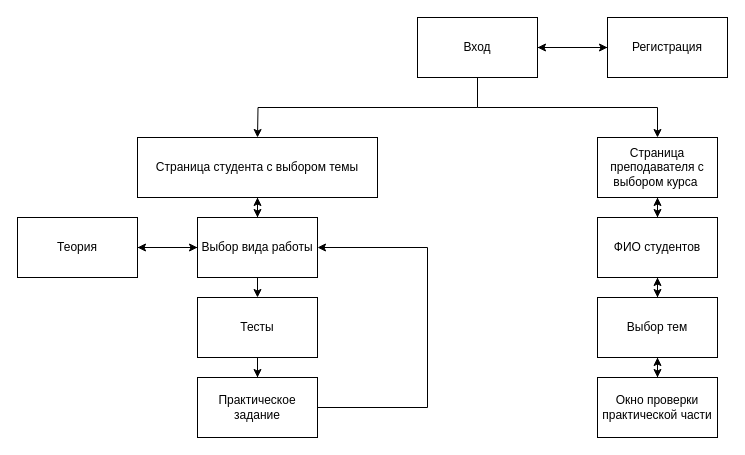
Before: Диаграмма без названия.drawio in hellp31/Diplom, a draw.io diagram. Source tidied: cells renumbered, new cells numbered last; positions are measured from the earlier drawing's top-left corner, leaving out a move shared by most shapes. Both pictures are drawn from the tidied source at 100%, with x=0, y=0 at pixel (17, 17).
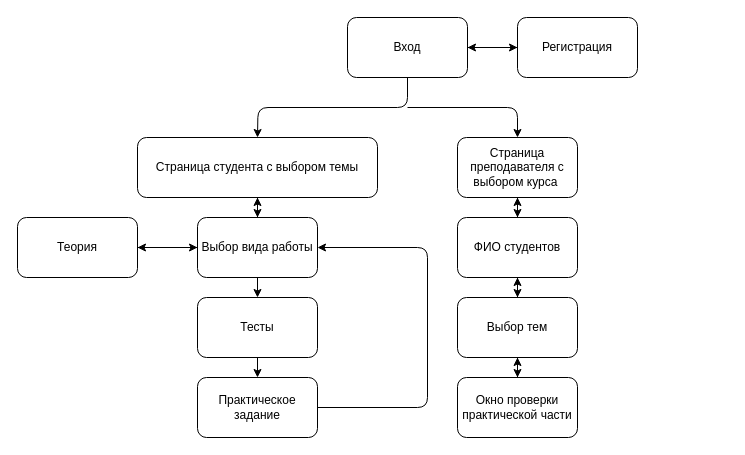
The same diagram, later.

The edit, as a diff of the source:
```diff
@@
-    <mxCell id="2" style="edgeStyle=orthogonalEdgeStyle;rounded=0;jettySize=auto;html=1;exitX=0.5;exitY=1;exitDx=0;exitDy=0;" parent="1" edge="1" source="5">
+    <mxCell id="2" style="edgeStyle=orthogonalEdgeStyle;rounded=1;jettySize=auto;html=1;exitX=0.5;exitY=1;exitDx=0;exitDy=0;" parent="1" edge="1" source="5">
       <mxGeometry relative="1" as="geometry">
         <mxPoint x="240" y="120" as="targetPoint" />
       </mxGeometry>
     </mxCell>
-    <mxCell id="3" style="edgeStyle=orthogonalEdgeStyle;rounded=0;jettySize=auto;html=1;exitX=0.5;exitY=1;exitDx=0;exitDy=0;entryX=0.5;entryY=0;entryDx=0;entryDy=0;" parent="1" edge="1" target="7">
+    <mxCell id="3" style="edgeStyle=orthogonalEdgeStyle;rounded=1;jettySize=auto;html=1;entryX=0.5;entryY=0;entryDx=0;entryDy=0;" parent="1" edge="1" target="7">
       <mxGeometry relative="1" as="geometry">
-        <mxPoint x="460" y="90" as="sourcePoint" />
+        <mxPoint x="390" y="90" as="sourcePoint" />
         <Array as="points">
-          <mxPoint x="640" y="90" />
+          <mxPoint x="500" y="90" />
         </Array>
       </mxGeometry>
     </mxCell>
-    <mxCell id="4" style="edgeStyle=orthogonalEdgeStyle;rounded=0;jettySize=auto;html=1;exitX=1;exitY=0.5;exitDx=0;exitDy=0;entryX=0;entryY=0.5;entryDx=0;entryDy=0;" parent="1" edge="1" source="5" target="11">
+    <mxCell id="4" style="edgeStyle=orthogonalEdgeStyle;rounded=1;jettySize=auto;html=1;exitX=1;exitY=0.5;exitDx=0;exitDy=0;entryX=0;entryY=0.5;entryDx=0;entryDy=0;" parent="1" edge="1" source="5" target="11">
       <mxGeometry relative="1" as="geometry" />
     </mxCell>
-    <mxCell id="5" value="Вход" style="rounded=0;whiteSpace=wrap;html=1;" parent="1" vertex="1">
-      <mxGeometry x="400" width="120" height="60" as="geometry" />
+    <mxCell id="5" value="Вход" style="rounded=1;whiteSpace=wrap;html=1;" parent="1" vertex="1">
+      <mxGeometry x="330" width="120" height="60" as="geometry" />
     </mxCell>
-    <mxCell id="6" style="edgeStyle=orthogonalEdgeStyle;rounded=0;jettySize=auto;html=1;entryX=0.5;entryY=0;entryDx=0;entryDy=0;" parent="1" edge="1" source="7" target="22">
+    <mxCell id="6" style="edgeStyle=orthogonalEdgeStyle;rounded=1;jettySize=auto;html=1;entryX=0.5;entryY=0;entryDx=0;entryDy=0;" parent="1" edge="1" source="7" target="22">
       <mxGeometry relative="1" as="geometry" />
     </mxCell>
-    <mxCell id="7" value="Страница преподавателя с выбором курса&lt;span style=&quot;background-color: transparent; color: light-dark(rgb(0, 0, 0), rgb(255, 255, 255));&quot;&gt;&amp;nbsp;&lt;/span&gt;" style="rounded=0;whiteSpace=wrap;html=1;" parent="1" vertex="1">
-      <mxGeometry x="580" y="120" width="120" height="60" as="geometry" />
+    <mxCell id="7" value="Страница преподавателя с выбором курса&lt;span style=&quot;background-color: transparent; color: light-dark(rgb(0, 0, 0), rgb(255, 255, 255));&quot;&gt;&amp;nbsp;&lt;/span&gt;" style="rounded=1;whiteSpace=wrap;html=1;" parent="1" vertex="1">
+      <mxGeometry x="440" y="120" width="120" height="60" as="geometry" />
     </mxCell>
-    <mxCell id="8" style="edgeStyle=orthogonalEdgeStyle;rounded=0;jettySize=auto;html=1;exitX=0.5;exitY=1;exitDx=0;exitDy=0;entryX=0.5;entryY=0;entryDx=0;entryDy=0;" parent="1" edge="1" source="9" target="15">
+    <mxCell id="8" style="edgeStyle=orthogonalEdgeStyle;rounded=1;jettySize=auto;html=1;exitX=0.5;exitY=1;exitDx=0;exitDy=0;entryX=0.5;entryY=0;entryDx=0;entryDy=0;" parent="1" edge="1" source="9" target="15">
       <mxGeometry relative="1" as="geometry" />
     </mxCell>
-    <mxCell id="9" value="Страница студента с выбором темы" style="rounded=0;whiteSpace=wrap;html=1;" parent="1" vertex="1">
+    <mxCell id="9" value="Страница студента с выбором темы" style="rounded=1;whiteSpace=wrap;html=1;" parent="1" vertex="1">
       <mxGeometry x="120" y="120" width="240" height="60" as="geometry" />
     </mxCell>
-    <mxCell id="10" style="edgeStyle=orthogonalEdgeStyle;rounded=0;jettySize=auto;html=1;entryX=1;entryY=0.5;entryDx=0;entryDy=0;" parent="1" edge="1" source="11" target="5">
+    <mxCell id="10" style="edgeStyle=orthogonalEdgeStyle;rounded=1;jettySize=auto;html=1;entryX=1;entryY=0.5;entryDx=0;entryDy=0;" parent="1" edge="1" source="11" target="5">
       <mxGeometry relative="1" as="geometry" />
     </mxCell>
-    <mxCell id="11" value="Регистрация" style="rounded=0;whiteSpace=wrap;html=1;" parent="1" vertex="1">
-      <mxGeometry x="590" width="120" height="60" as="geometry" />
+    <mxCell id="11" value="Регистрация" style="rounded=1;whiteSpace=wrap;html=1;" parent="1" vertex="1">
+      <mxGeometry x="500" width="120" height="60" as="geometry" />
     </mxCell>
-    <mxCell id="12" style="edgeStyle=orthogonalEdgeStyle;rounded=0;jettySize=auto;html=1;entryX=1;entryY=0.5;entryDx=0;entryDy=0;" parent="1" edge="1" source="15" target="17">
+    <mxCell id="12" style="edgeStyle=orthogonalEdgeStyle;rounded=1;jettySize=auto;html=1;entryX=1;entryY=0.5;entryDx=0;entryDy=0;" parent="1" edge="1" source="15" target="17">
       <mxGeometry relative="1" as="geometry">
         <Array as="points">
           <mxPoint x="140" y="230" />
           <mxPoint x="140" y="230" />
         </Array>
       </mxGeometry>
     </mxCell>
-    <mxCell id="13" style="edgeStyle=orthogonalEdgeStyle;rounded=0;jettySize=auto;html=1;entryX=0.5;entryY=1;entryDx=0;entryDy=0;" parent="1" edge="1" source="15" target="9">
+    <mxCell id="13" style="edgeStyle=orthogonalEdgeStyle;rounded=1;jettySize=auto;html=1;entryX=0.5;entryY=1;entryDx=0;entryDy=0;" parent="1" edge="1" source="15" target="9">
       <mxGeometry relative="1" as="geometry" />
     </mxCell>
-    <mxCell id="14" style="edgeStyle=orthogonalEdgeStyle;rounded=0;jettySize=auto;html=1;entryX=0.5;entryY=0;entryDx=0;entryDy=0;" parent="1" edge="1" source="15" target="19">
+    <mxCell id="14" style="edgeStyle=orthogonalEdgeStyle;rounded=1;jettySize=auto;html=1;entryX=0.5;entryY=0;entryDx=0;entryDy=0;" parent="1" edge="1" source="15" target="19">
       <mxGeometry relative="1" as="geometry">
         <Array as="points">
           <mxPoint x="240" y="220" />
           <mxPoint x="240" y="220" />
         </Array>
       </mxGeometry>
     </mxCell>
-    <mxCell id="15" value="Выбор вида работы" style="rounded=0;whiteSpace=wrap;html=1;" parent="1" vertex="1">
+    <mxCell id="15" value="Выбор вида работы" style="rounded=1;whiteSpace=wrap;html=1;" parent="1" vertex="1">
       <mxGeometry x="180" y="200" width="120" height="60" as="geometry" />
     </mxCell>
-    <mxCell id="16" style="edgeStyle=orthogonalEdgeStyle;rounded=0;jettySize=auto;html=1;entryX=0;entryY=0.5;entryDx=0;entryDy=0;" parent="1" edge="1" source="17" target="15">
+    <mxCell id="16" style="edgeStyle=orthogonalEdgeStyle;rounded=1;jettySize=auto;html=1;entryX=0;entryY=0.5;entryDx=0;entryDy=0;" parent="1" edge="1" source="17" target="15">
       <mxGeometry relative="1" as="geometry" />
     </mxCell>
-    <mxCell id="17" value="Теория" style="rounded=0;whiteSpace=wrap;html=1;" parent="1" vertex="1">
+    <mxCell id="17" value="Теория" style="rounded=1;whiteSpace=wrap;html=1;" parent="1" vertex="1">
       <mxGeometry y="200" width="120" height="60" as="geometry" />
     </mxCell>
-    <mxCell id="18" style="edgeStyle=orthogonalEdgeStyle;rounded=0;jettySize=auto;html=1;" parent="1" edge="1" source="19" target="29">
+    <mxCell id="18" style="edgeStyle=orthogonalEdgeStyle;rounded=1;jettySize=auto;html=1;" parent="1" edge="1" source="19" target="29">
       <mxGeometry relative="1" as="geometry" />
     </mxCell>
-    <mxCell id="19" value="Тесты" style="rounded=0;whiteSpace=wrap;html=1;" parent="1" vertex="1">
+    <mxCell id="19" value="Тесты" style="rounded=1;whiteSpace=wrap;html=1;" parent="1" vertex="1">
       <mxGeometry x="180" y="280" width="120" height="60" as="geometry" />
     </mxCell>
-    <mxCell id="20" style="edgeStyle=orthogonalEdgeStyle;rounded=0;jettySize=auto;html=1;entryX=0.5;entryY=1;entryDx=0;entryDy=0;" parent="1" edge="1" source="22" target="7">
+    <mxCell id="20" style="edgeStyle=orthogonalEdgeStyle;rounded=1;jettySize=auto;html=1;entryX=0.5;entryY=1;entryDx=0;entryDy=0;" parent="1" edge="1" source="22" target="7">
       <mxGeometry relative="1" as="geometry" />
     </mxCell>
-    <mxCell id="21" style="edgeStyle=orthogonalEdgeStyle;rounded=0;jettySize=auto;html=1;" parent="1" edge="1" source="22" target="25">
+    <mxCell id="21" style="edgeStyle=orthogonalEdgeStyle;rounded=1;jettySize=auto;html=1;" parent="1" edge="1" source="22" target="25">
       <mxGeometry relative="1" as="geometry" />
     </mxCell>
-    <mxCell id="22" value="ФИО студентов" style="rounded=0;whiteSpace=wrap;html=1;" parent="1" vertex="1">
-      <mxGeometry x="580" y="200" width="120" height="60" as="geometry" />
+    <mxCell id="22" value="ФИО студентов" style="rounded=1;whiteSpace=wrap;html=1;" parent="1" vertex="1">
+      <mxGeometry x="440" y="200" width="120" height="60" as="geometry" />
     </mxCell>
-    <mxCell id="23" style="edgeStyle=orthogonalEdgeStyle;rounded=0;jettySize=auto;html=1;entryX=0.5;entryY=1;entryDx=0;entryDy=0;" parent="1" edge="1" source="25" target="22">
+    <mxCell id="23" style="edgeStyle=orthogonalEdgeStyle;rounded=1;jettySize=auto;html=1;entryX=0.5;entryY=1;entryDx=0;entryDy=0;" parent="1" edge="1" source="25" target="22">
       <mxGeometry relative="1" as="geometry" />
     </mxCell>
-    <mxCell id="24" style="edgeStyle=orthogonalEdgeStyle;rounded=0;jettySize=auto;html=1;" parent="1" edge="1" source="25" target="27">
+    <mxCell id="24" style="edgeStyle=orthogonalEdgeStyle;rounded=1;jettySize=auto;html=1;" parent="1" edge="1" source="25" target="27">
       <mxGeometry relative="1" as="geometry" />
     </mxCell>
-    <mxCell id="25" value="Выбор тем" style="rounded=0;whiteSpace=wrap;html=1;" parent="1" vertex="1">
-      <mxGeometry x="580" y="280" width="120" height="60" as="geometry" />
+    <mxCell id="25" value="Выбор тем" style="rounded=1;whiteSpace=wrap;html=1;" parent="1" vertex="1">
+      <mxGeometry x="440" y="280" width="120" height="60" as="geometry" />
     </mxCell>
-    <mxCell id="26" style="edgeStyle=orthogonalEdgeStyle;rounded=0;jettySize=auto;html=1;" parent="1" edge="1" source="27" target="25">
+    <mxCell id="26" style="edgeStyle=orthogonalEdgeStyle;rounded=1;jettySize=auto;html=1;" parent="1" edge="1" source="27" target="25">
       <mxGeometry relative="1" as="geometry" />
     </mxCell>
-    <mxCell id="27" value="Окно проверки практической части" style="rounded=0;whiteSpace=wrap;html=1;" parent="1" vertex="1">
-      <mxGeometry x="580" y="360" width="120" height="60" as="geometry" />
+    <mxCell id="27" value="Окно проверки практической части" style="rounded=1;whiteSpace=wrap;html=1;" parent="1" vertex="1">
+      <mxGeometry x="440" y="360" width="120" height="60" as="geometry" />
     </mxCell>
-    <mxCell id="28" style="edgeStyle=orthogonalEdgeStyle;rounded=0;jettySize=auto;html=1;entryX=1;entryY=0.5;entryDx=0;entryDy=0;exitX=1;exitY=0.5;exitDx=0;exitDy=0;" parent="1" edge="1" source="29" target="15">
+    <mxCell id="28" style="edgeStyle=orthogonalEdgeStyle;rounded=1;jettySize=auto;html=1;entryX=1;entryY=0.5;entryDx=0;entryDy=0;exitX=1;exitY=0.5;exitDx=0;exitDy=0;" parent="1" edge="1" source="29" target="15">
       <mxGeometry relative="1" as="geometry">
         <Array as="points">
           <mxPoint x="410" y="390" />
           <mxPoint x="410" y="230" />
         </Array>
       </mxGeometry>
     </mxCell>
-    <mxCell id="29" value="Практическое задание" style="rounded=0;whiteSpace=wrap;html=1;" parent="1" vertex="1">
+    <mxCell id="29" value="Практическое задание" style="rounded=1;whiteSpace=wrap;html=1;" parent="1" vertex="1">
       <mxGeometry x="180" y="360" width="120" height="60" as="geometry" />
     </mxCell>
```
